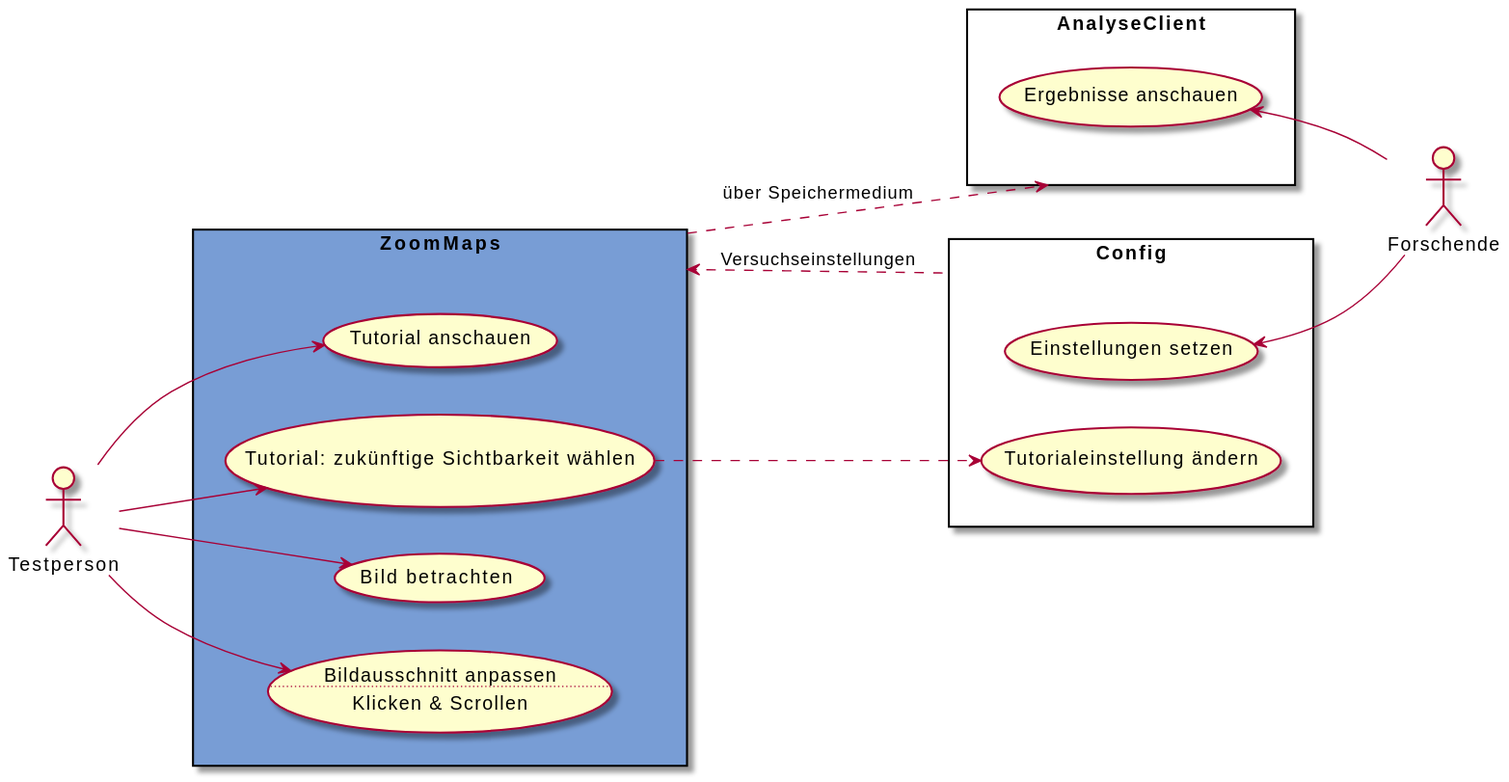
This is meilenstein_05/usecase-zoommaps/usecase-zoommaps.svg from weichware10/meilensteine, a PlantUML export, as it was before one commit.
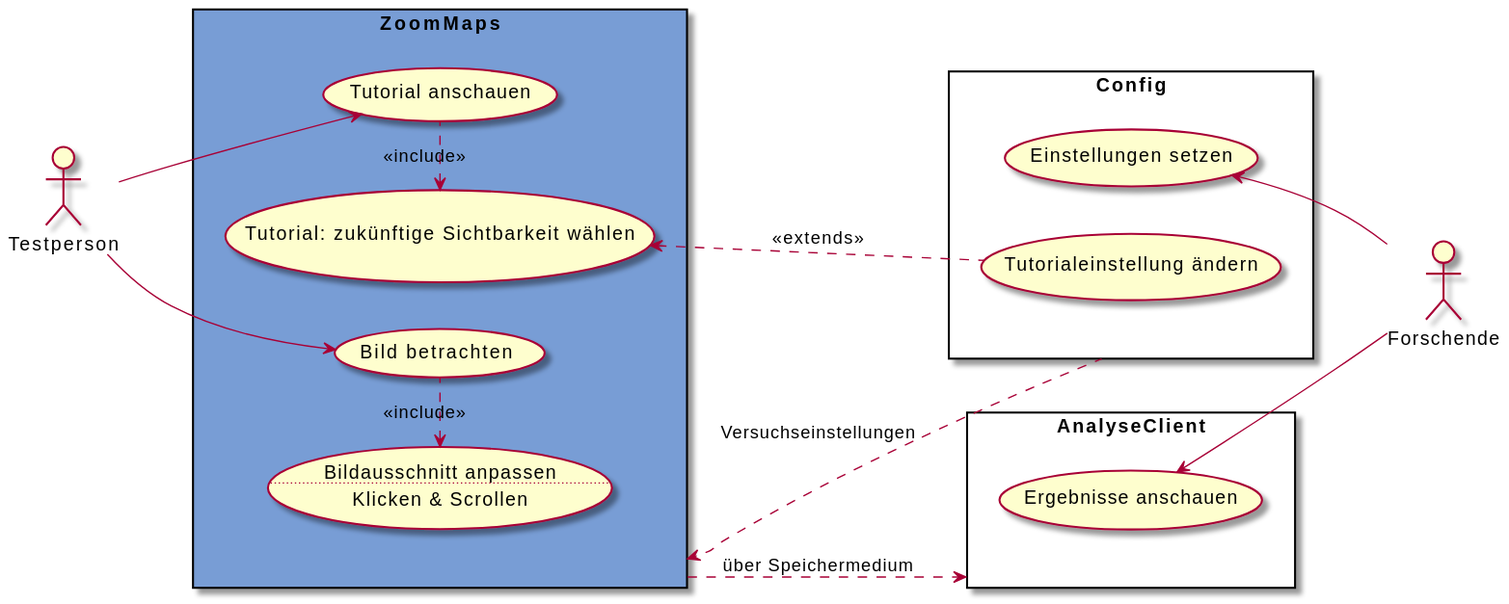
After the commit.

Commit message:
rendered SVGs

Diff of the diagram source:
```diff
@@ -11,6 +11,8 @@
     usecase ba as "Bildausschnitt anpassen
     ..
     Klicken & Scrollen"
+    td .l.> tw : <<include>>
+    bb .l.> ba : <<include>>
 }
 
 rectangle AnalyseClient as a {
@@ -23,14 +25,12 @@
 }
 
 t --> td
-t --> tw
 t --> bb
-t --> ba
 
 es <-- f
 ea <-- f
 
-tw ..> tä
-z .r.> a : über Speichermedium
+tw <.. tä : <<extends>>
+z ..> a : über Speichermedium
 z <.. c : Versuchseinstellungen
 @enduml
```
